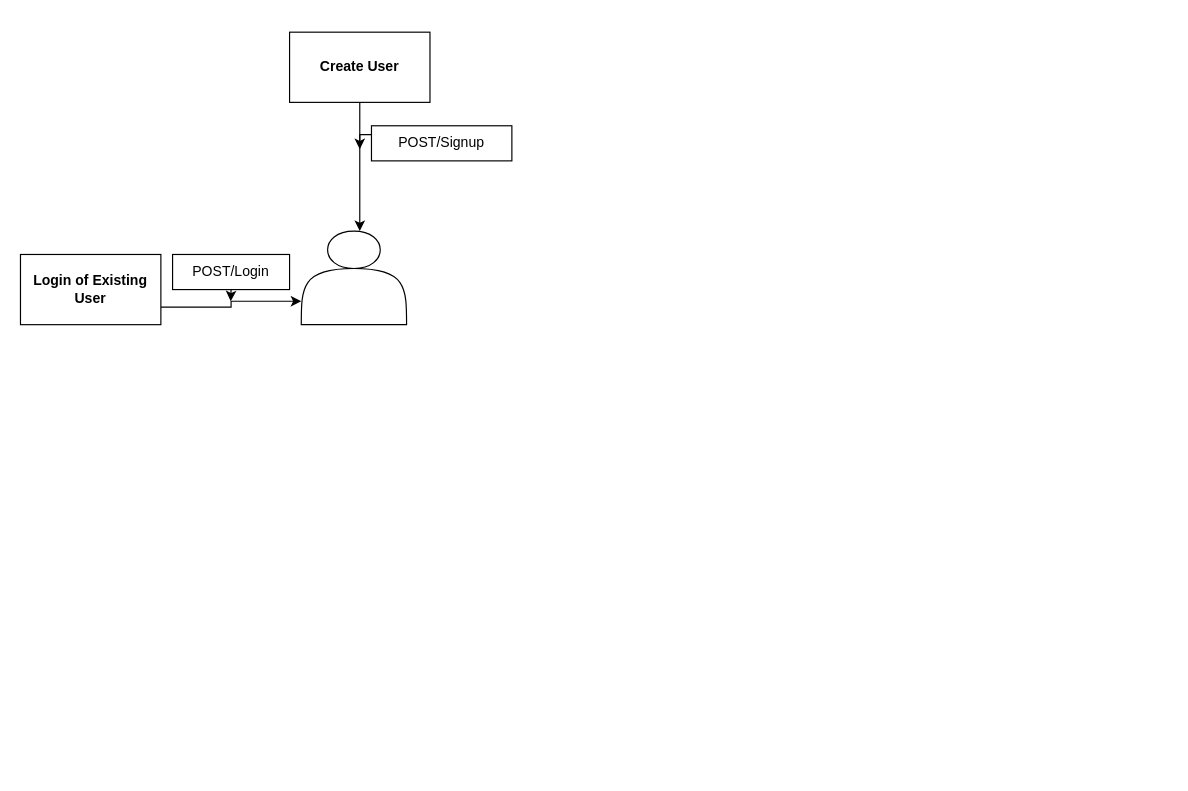
Earlier version of the draw.io diagram views/Voting.drawio (Sayantan-iitkgp/repo1). Source tidied: cells renumbered, new cells numbered last; positions are measured from the earlier drawing's top-left corner, leaving out a move shared by most shapes. Both pictures are drawn from the tidied source at 117%, with x=0, y=0 at pixel (20, 32).
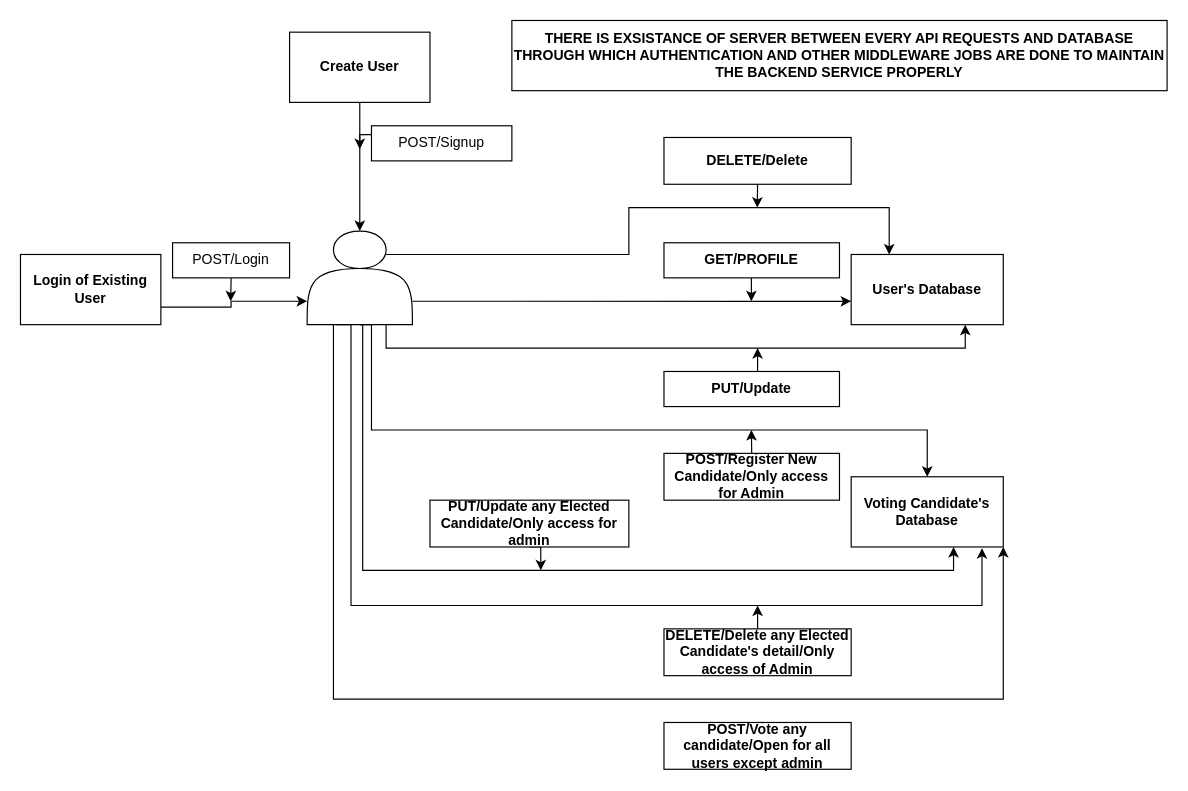
The same diagram, later.

What changed in the source:
```diff
@@
+    <mxCell id="11" style="edgeStyle=orthogonalEdgeStyle;rounded=0;jettySize=auto;html=1;exitX=0.75;exitY=1;exitDx=0;exitDy=0;entryX=0.75;entryY=1;entryDx=0;entryDy=0;" parent="1" edge="1" source="4" target="16">
+      <mxGeometry relative="1" as="geometry" />
+    </mxCell>
+    <mxCell id="12" style="edgeStyle=orthogonalEdgeStyle;rounded=0;jettySize=auto;html=1;exitX=0.75;exitY=0.25;exitDx=0;exitDy=0;exitPerimeter=0;entryX=0.25;entryY=0;entryDx=0;entryDy=0;" parent="1" edge="1" source="4" target="16">
+      <mxGeometry relative="1" as="geometry">
+        <Array as="points">
+          <mxPoint x="520" y="190" />
+          <mxPoint x="520" y="150" />
+          <mxPoint x="743" y="150" />
+        </Array>
+      </mxGeometry>
+    </mxCell>
+    <mxCell id="13" style="edgeStyle=orthogonalEdgeStyle;rounded=0;jettySize=auto;html=1;exitX=0.5;exitY=1;exitDx=0;exitDy=0;" parent="1" edge="1" source="4" target="24">
+      <mxGeometry relative="1" as="geometry">
+        <Array as="points">
+          <mxPoint x="300" y="250" />
+          <mxPoint x="300" y="340" />
+          <mxPoint x="775" y="340" />
+        </Array>
+      </mxGeometry>
+    </mxCell>
+    <mxCell id="14" style="edgeStyle=orthogonalEdgeStyle;rounded=0;orthogonalLoop=1;jettySize=auto;html=1;exitX=0.25;exitY=1;exitDx=0;exitDy=0;entryX=0.5;entryY=1;entryDx=0;entryDy=0;" parent="1" edge="1">
+      <mxGeometry relative="1" as="geometry">
+        <mxPoint x="290" y="250" as="sourcePoint" />
+        <mxPoint x="797.5" y="440" as="targetPoint" />
+        <Array as="points">
+          <mxPoint x="292.5" y="250" />
+          <mxPoint x="292.5" y="460" />
+          <mxPoint x="797.5" y="460" />
+        </Array>
+      </mxGeometry>
+    </mxCell>
+    <mxCell id="15" style="edgeStyle=orthogonalEdgeStyle;rounded=0;jettySize=auto;html=1;exitX=0.25;exitY=1;exitDx=0;exitDy=0;entryX=1;entryY=1;entryDx=0;entryDy=0;" parent="1" edge="1" source="4" target="24">
+      <mxGeometry relative="1" as="geometry">
+        <Array as="points">
+          <mxPoint x="267" y="570" />
+          <mxPoint x="840" y="570" />
+        </Array>
+      </mxGeometry>
+    </mxCell>
     <mxCell id="4" style="shape=actor;whiteSpace=wrap;html=1;" parent="1" vertex="1">
-      <mxGeometry x="240" y="170" width="90" height="80" as="geometry" />
+      <mxGeometry x="245" y="170" width="90" height="80" as="geometry" />
     </mxCell>
@@
     <mxCell id="10" value="POST/Login" style="whiteSpace=wrap;html=1;" parent="1" vertex="1">
-      <mxGeometry x="130" y="190" width="100" height="30" as="geometry" />
+      <mxGeometry x="130" y="180" width="100" height="30" as="geometry" />
     </mxCell>
+    <mxCell id="16" value="User's Database" style="whiteSpace=wrap;html=1;fontStyle=1;" parent="1" vertex="1">
+      <mxGeometry x="710" y="190" width="130" height="60" as="geometry" />
+    </mxCell>
+    <mxCell id="17" style="edgeStyle=orthogonalEdgeStyle;rounded=0;jettySize=auto;html=1;exitX=1;exitY=0.75;exitDx=0;exitDy=0;entryX=0;entryY=0.667;entryDx=0;entryDy=0;entryPerimeter=0;" parent="1" edge="1" source="4" target="16">
+      <mxGeometry relative="1" as="geometry" />
+    </mxCell>
+    <mxCell id="18" style="edgeStyle=orthogonalEdgeStyle;rounded=0;jettySize=auto;html=1;exitX=0.5;exitY=1;exitDx=0;exitDy=0;" parent="1" edge="1" source="19">
+      <mxGeometry relative="1" as="geometry">
+        <mxPoint x="624.7" y="230" as="targetPoint" />
+        <Array as="points">
+          <mxPoint x="625" y="230" />
+        </Array>
+      </mxGeometry>
+    </mxCell>
+    <mxCell id="19" value="GET/PROFILE" style="whiteSpace=wrap;html=1;fontStyle=1;" parent="1" vertex="1">
+      <mxGeometry x="550" y="180" width="150" height="30" as="geometry" />
+    </mxCell>
+    <mxCell id="20" style="edgeStyle=orthogonalEdgeStyle;rounded=0;jettySize=auto;html=1;exitX=0.5;exitY=0;exitDx=0;exitDy=0;" parent="1" edge="1" source="21">
+      <mxGeometry relative="1" as="geometry">
+        <mxPoint x="630" y="270" as="targetPoint" />
+      </mxGeometry>
+    </mxCell>
+    <mxCell id="21" value="&lt;b&gt;PUT/Update&lt;/b&gt;" style="whiteSpace=wrap;html=1;" parent="1" vertex="1">
+      <mxGeometry x="550" y="290" width="150" height="30" as="geometry" />
+    </mxCell>
+    <mxCell id="22" style="edgeStyle=orthogonalEdgeStyle;rounded=0;jettySize=auto;html=1;exitX=0.5;exitY=1;exitDx=0;exitDy=0;" parent="1" edge="1" source="23">
+      <mxGeometry relative="1" as="geometry">
+        <mxPoint x="629.7" y="150" as="targetPoint" />
+      </mxGeometry>
+    </mxCell>
+    <mxCell id="23" value="&lt;b&gt;DELETE/Delete&lt;/b&gt;" style="whiteSpace=wrap;html=1;" parent="1" vertex="1">
+      <mxGeometry x="550" y="90" width="160" height="40" as="geometry" />
+    </mxCell>
+    <mxCell id="24" value="&lt;b&gt;Voting Candidate's Database&lt;/b&gt;" style="whiteSpace=wrap;html=1;" parent="1" vertex="1">
+      <mxGeometry x="710" y="380" width="130" height="60" as="geometry" />
+    </mxCell>
+    <mxCell id="25" style="edgeStyle=orthogonalEdgeStyle;rounded=0;jettySize=auto;html=1;exitX=0.5;exitY=0;exitDx=0;exitDy=0;" parent="1" edge="1" source="26">
+      <mxGeometry relative="1" as="geometry">
+        <mxPoint x="624.7" y="340" as="targetPoint" />
+      </mxGeometry>
+    </mxCell>
+    <mxCell id="26" value="POST/Register New Candidate/Only access for Admin" style="whiteSpace=wrap;html=1;fontStyle=1;" parent="1" vertex="1">
+      <mxGeometry x="550" y="360" width="150" height="40" as="geometry" />
+    </mxCell>
+    <mxCell id="27" style="edgeStyle=orthogonalEdgeStyle;rounded=0;jettySize=auto;html=1;exitX=0.5;exitY=0;exitDx=0;exitDy=0;" parent="1" edge="1" source="28">
+      <mxGeometry relative="1" as="geometry">
+        <mxPoint x="444.7" y="460" as="targetPoint" />
+      </mxGeometry>
+    </mxCell>
+    <mxCell id="28" value="PUT/Update any Elected Candidate/Only access for admin" style="whiteSpace=wrap;html=1;direction=west;fontStyle=1;" parent="1" vertex="1">
+      <mxGeometry x="350" y="400" width="170" height="40" as="geometry" />
+    </mxCell>
+    <mxCell id="29" style="edgeStyle=orthogonalEdgeStyle;rounded=0;orthogonalLoop=1;jettySize=auto;html=1;exitX=0.25;exitY=1;exitDx=0;exitDy=0;entryX=0.841;entryY=1.017;entryDx=0;entryDy=0;entryPerimeter=0;" parent="1" edge="1">
+      <mxGeometry relative="1" as="geometry">
+        <mxPoint x="270" y="250" as="sourcePoint" />
+        <mxPoint x="821.8" y="441" as="targetPoint" />
+        <Array as="points">
+          <mxPoint x="282.5" y="250" />
+          <mxPoint x="282.5" y="490" />
+          <mxPoint x="821.5" y="490" />
+        </Array>
+      </mxGeometry>
+    </mxCell>
+    <mxCell id="30" style="edgeStyle=orthogonalEdgeStyle;rounded=0;jettySize=auto;html=1;exitX=0.5;exitY=0;exitDx=0;exitDy=0;" parent="1" edge="1" source="31">
+      <mxGeometry relative="1" as="geometry">
+        <mxPoint x="630" y="490" as="targetPoint" />
+      </mxGeometry>
+    </mxCell>
+    <mxCell id="31" value="&lt;b&gt;DELETE/Delete any Elected Candidate's detail/Only access of Admin&lt;/b&gt;" style="whiteSpace=wrap;html=1;" parent="1" vertex="1">
+      <mxGeometry x="550" y="510" width="160" height="40" as="geometry" />
+    </mxCell>
+    <mxCell id="32" value="POST/Vote any candidate/Open for all users except admin" style="whiteSpace=wrap;html=1;fontStyle=1;" parent="1" vertex="1">
+      <mxGeometry x="550" y="590" width="160" height="40" as="geometry" />
+    </mxCell>
+    <mxCell id="33" value="THERE IS EXSISTANCE OF SERVER BETWEEN EVERY API REQUESTS AND DATABASE THROUGH WHICH AUTHENTICATION AND OTHER MIDDLEWARE JOBS ARE DONE TO MAINTAIN THE BACKEND SERVICE PROPERLY" style="whiteSpace=wrap;html=1;fontStyle=1;" parent="1" vertex="1">
+      <mxGeometry x="420" y="-10" width="560" height="60" as="geometry" />
+    </mxCell>
```
